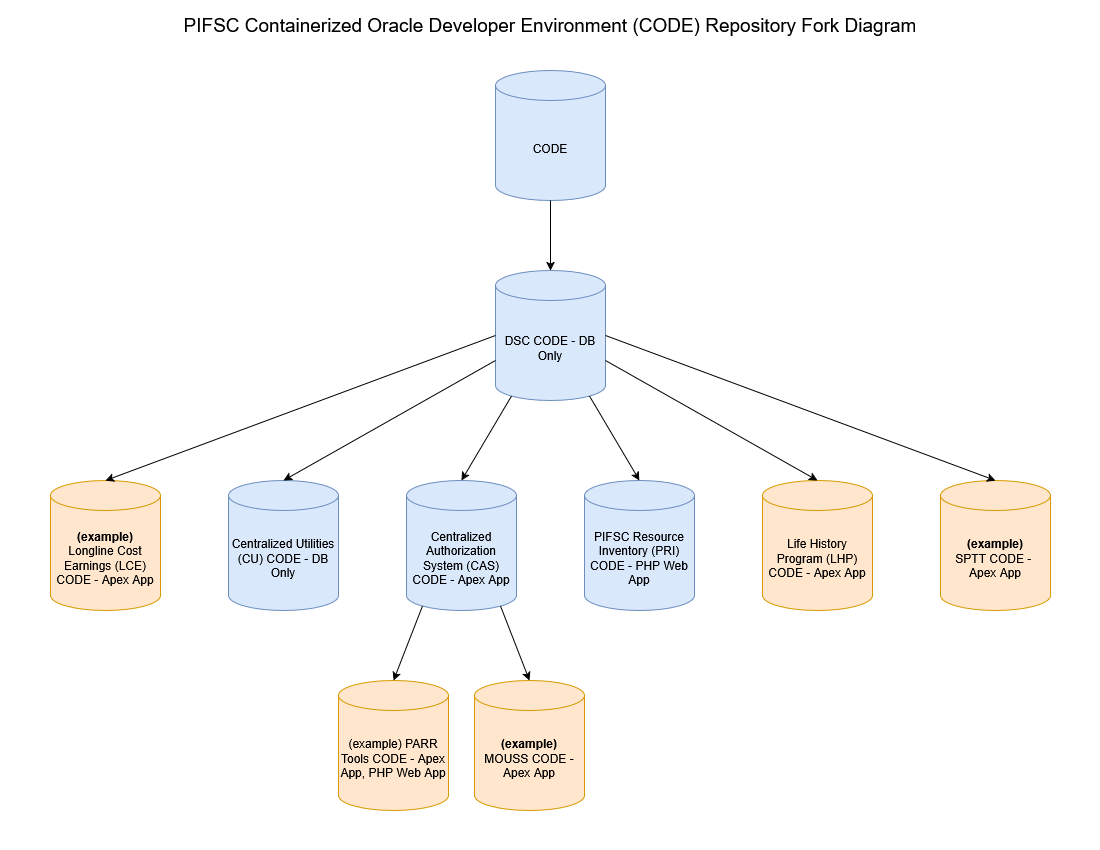
Above: core/docs/diagrams/CODE_fork_diagram.drawio.png in noaa-pifsc/PIFSC-LHP-Containerized-Oracle-Development-Environment (draw.io), before the change. Source tidied: cells renumbered, new cells last; positions are measured from the earlier drawing's top-left corner, leaving out a move shared by most shapes.
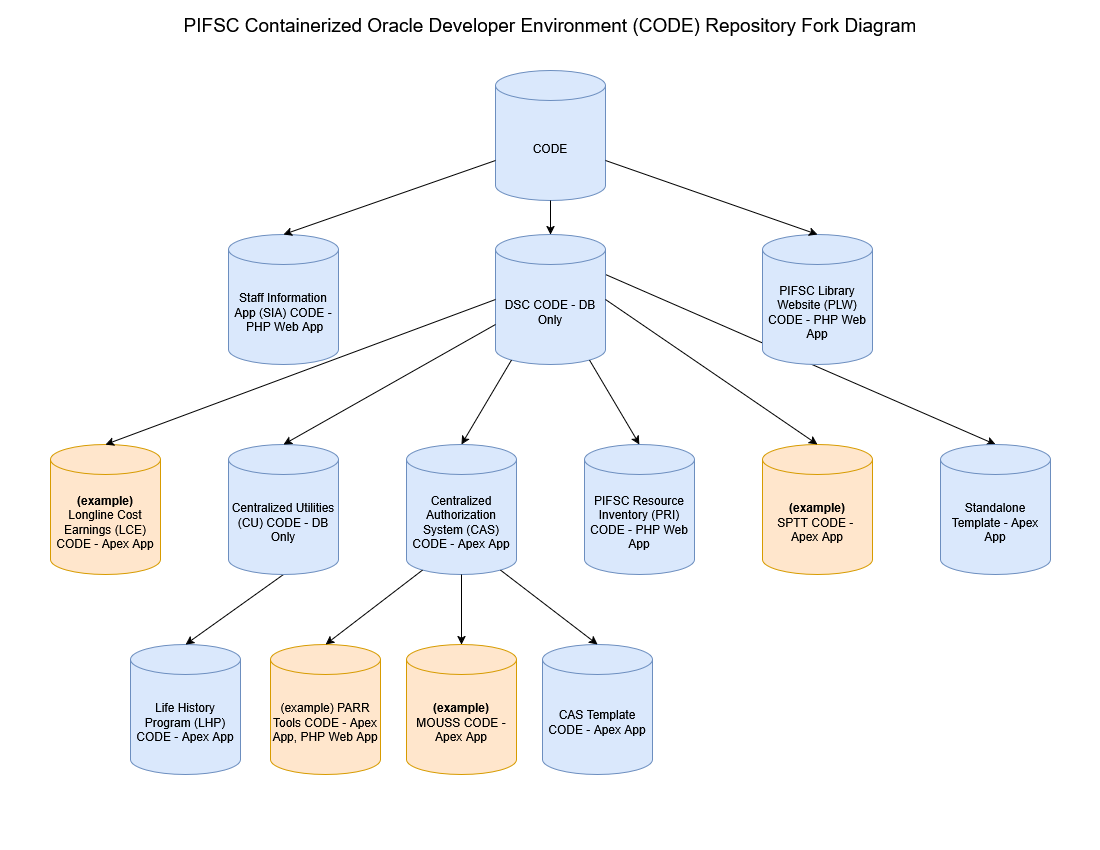
After the change.

Commit message:
CODE documentation updates - consolidated information in "business rules" section and referenced in relevant sections Updated the CODE Fork diagram

The edit, as a diff of the source:
```diff
@@ -2,6 +2,9 @@
   <root>
     <mxCell id="0" />
     <mxCell id="1" parent="0" />
+    <mxCell id="22" style="endArrow=classic;html=1;rounded=0;entryX=0.5;entryY=0;entryDx=0;entryDy=0;entryPerimeter=0;exitX=1;exitY=0;exitDx=0;exitDy=40;exitPerimeter=0;" parent="1" edge="1" source="4" target="29">
+      <mxGeometry relative="1" as="geometry" />
+    </mxCell>
     <mxCell id="2" value="&lt;font style=&quot;font-size: 19px;&quot;&gt;PIFSC Containerized Oracle Developer Environment (CODE) Repository Fork Diagram&lt;/font&gt;" style="text;html=1;align=center;verticalAlign=middle;whiteSpace=wrap;rounded=0;" parent="1" vertex="1">
       <mxGeometry width="1100" height="50" as="geometry" />
     </mxCell>
@@ -9,58 +12,79 @@
       <mxGeometry x="495" y="70" width="110" height="130" as="geometry" />
     </mxCell>
     <mxCell id="4" value="DSC CODE - DB Only" style="shape=cylinder3;whiteSpace=wrap;html=1;boundedLbl=1;backgroundOutline=1;size=15;fillColor=#dae8fc;strokeColor=#6c8ebf;" parent="1" vertex="1">
-      <mxGeometry x="495" y="270" width="110" height="130" as="geometry" />
+      <mxGeometry x="495" y="234" width="110" height="130" as="geometry" />
     </mxCell>
-    <mxCell id="5" value="&lt;div&gt;Life History Program (LHP) CODE - Apex App&lt;/div&gt;" style="shape=cylinder3;whiteSpace=wrap;html=1;boundedLbl=1;backgroundOutline=1;size=15;fillColor=light-dark(#FFE6CC,#1D293B);strokeColor=#d79b00;" parent="1" vertex="1">
-      <mxGeometry x="762" y="480" width="110" height="130" as="geometry" />
+    <mxCell id="5" value="&lt;div&gt;Life History Program (LHP) CODE - Apex App&lt;/div&gt;" style="shape=cylinder3;whiteSpace=wrap;html=1;boundedLbl=1;backgroundOutline=1;size=15;fillColor=light-dark(#DAE8FC,#1D293B);strokeColor=#6C8EBF;" parent="1" vertex="1">
+      <mxGeometry x="130" y="644" width="110" height="130" as="geometry" />
     </mxCell>
     <mxCell id="6" style="endArrow=classic;html=1;rounded=0;exitX=0.5;exitY=1;exitDx=0;exitDy=0;exitPerimeter=0;entryX=0.5;entryY=0;entryDx=0;entryDy=0;entryPerimeter=0;" parent="1" edge="1" source="3" target="4">
       <mxGeometry relative="1" as="geometry" />
     </mxCell>
-    <mxCell id="7" style="endArrow=none;html=1;rounded=0;entryX=1;entryY=0;entryDx=0;entryDy=90;entryPerimeter=0;exitX=0.5;exitY=0;exitDx=0;exitDy=0;exitPerimeter=0;startArrow=classic;startFill=1;endFill=0;" parent="1" edge="1" source="5" target="4">
+    <mxCell id="7" style="endArrow=none;html=1;rounded=0;entryX=0.5;entryY=1;entryDx=0;entryDy=0;entryPerimeter=0;exitX=0.5;exitY=0;exitDx=0;exitDy=0;exitPerimeter=0;startArrow=classic;startFill=1;endFill=0;" parent="1" edge="1" source="5" target="20">
       <mxGeometry relative="1" as="geometry" />
     </mxCell>
     <mxCell id="8" value="Centralized Authorization System (CAS) CODE - Apex App" style="shape=cylinder3;whiteSpace=wrap;html=1;boundedLbl=1;backgroundOutline=1;size=15;fillColor=#dae8fc;strokeColor=#6c8ebf;" parent="1" vertex="1">
-      <mxGeometry x="406" y="480" width="110" height="130" as="geometry" />
+      <mxGeometry x="406" y="444" width="110" height="130" as="geometry" />
     </mxCell>
     <mxCell id="9" style="endArrow=classic;html=1;rounded=0;exitX=0.145;exitY=1;exitDx=0;exitDy=-4.35;exitPerimeter=0;entryX=0.5;entryY=0;entryDx=0;entryDy=0;entryPerimeter=0;" parent="1" edge="1" source="4" target="8">
       <mxGeometry relative="1" as="geometry" />
     </mxCell>
     <mxCell id="10" value="(example) PARR Tools CODE - Apex App, PHP Web App" style="shape=cylinder3;whiteSpace=wrap;html=1;boundedLbl=1;backgroundOutline=1;size=15;fillColor=#ffe6cc;strokeColor=#d79b00;" parent="1" vertex="1">
-      <mxGeometry x="338" y="680" width="110" height="130" as="geometry" />
+      <mxGeometry x="270" y="644" width="110" height="130" as="geometry" />
     </mxCell>
     <mxCell id="11" style="endArrow=classic;html=1;rounded=0;exitX=0.145;exitY=1;exitDx=0;exitDy=-4.35;exitPerimeter=0;entryX=0.5;entryY=0;entryDx=0;entryDy=0;entryPerimeter=0;" parent="1" edge="1" source="8" target="10">
       <mxGeometry relative="1" as="geometry" />
     </mxCell>
     <mxCell id="12" value="&lt;b&gt;(example)&lt;/b&gt;&lt;div&gt;MOUSS CODE - Apex App&lt;/div&gt;" style="shape=cylinder3;whiteSpace=wrap;html=1;boundedLbl=1;backgroundOutline=1;size=15;fillColor=#ffe6cc;strokeColor=#d79b00;" parent="1" vertex="1">
-      <mxGeometry x="474" y="680" width="110" height="130" as="geometry" />
+      <mxGeometry x="406" y="644" width="110" height="130" as="geometry" />
     </mxCell>
-    <mxCell id="13" style="endArrow=classic;html=1;rounded=0;exitX=0.855;exitY=1;exitDx=0;exitDy=-4.35;exitPerimeter=0;entryX=0.5;entryY=0;entryDx=0;entryDy=0;entryPerimeter=0;" parent="1" edge="1" source="8" target="12">
+    <mxCell id="13" style="endArrow=classic;html=1;rounded=0;exitX=0.5;exitY=1;exitDx=0;exitDy=0;exitPerimeter=0;entryX=0.5;entryY=0;entryDx=0;entryDy=0;entryPerimeter=0;" parent="1" edge="1" source="8" target="12">
       <mxGeometry relative="1" as="geometry" />
     </mxCell>
     <mxCell id="14" value="&lt;b&gt;(example)&lt;/b&gt;&lt;div&gt;SPTT CODE -&amp;nbsp;&lt;br&gt;Apex App&lt;/div&gt;" style="shape=cylinder3;whiteSpace=wrap;html=1;boundedLbl=1;backgroundOutline=1;size=15;fillColor=#ffe6cc;strokeColor=#d79b00;" parent="1" vertex="1">
-      <mxGeometry x="940" y="480" width="110" height="130" as="geometry" />
+      <mxGeometry x="762" y="444" width="110" height="130" as="geometry" />
     </mxCell>
     <mxCell id="15" style="endArrow=classic;html=1;rounded=0;exitX=1;exitY=0.5;exitDx=0;exitDy=0;exitPerimeter=0;entryX=0.5;entryY=0;entryDx=0;entryDy=0;entryPerimeter=0;" parent="1" edge="1" source="4" target="14">
       <mxGeometry relative="1" as="geometry" />
     </mxCell>
     <mxCell id="16" value="&lt;b&gt;(example)&lt;/b&gt;&lt;div&gt;Longline Cost Earnings (LCE) CODE - Apex App&lt;/div&gt;" style="shape=cylinder3;whiteSpace=wrap;html=1;boundedLbl=1;backgroundOutline=1;size=15;fillColor=#ffe6cc;strokeColor=#d79b00;" parent="1" vertex="1">
-      <mxGeometry x="50" y="480" width="110" height="130" as="geometry" />
+      <mxGeometry x="50" y="444" width="110" height="130" as="geometry" />
     </mxCell>
     <mxCell id="17" style="endArrow=classic;html=1;rounded=0;exitX=0;exitY=0.5;exitDx=0;exitDy=0;exitPerimeter=0;entryX=0.5;entryY=0;entryDx=0;entryDy=0;entryPerimeter=0;" parent="1" edge="1" source="4" target="16">
       <mxGeometry relative="1" as="geometry" />
     </mxCell>
     <mxCell id="18" value="&lt;div&gt;PIFSC Resource Inventory (PRI) CODE -&amp;nbsp;PHP Web App&lt;/div&gt;" style="shape=cylinder3;whiteSpace=wrap;html=1;boundedLbl=1;backgroundOutline=1;size=15;fillColor=#dae8fc;strokeColor=#6c8ebf;" parent="1" vertex="1">
-      <mxGeometry x="584" y="480" width="110" height="130" as="geometry" />
+      <mxGeometry x="584" y="444" width="110" height="130" as="geometry" />
     </mxCell>
     <mxCell id="19" style="endArrow=classic;html=1;rounded=0;entryX=0.5;entryY=0;entryDx=0;entryDy=0;entryPerimeter=0;exitX=0.855;exitY=1;exitDx=0;exitDy=-4.35;exitPerimeter=0;" parent="1" edge="1" source="4" target="18">
       <mxGeometry relative="1" as="geometry" />
     </mxCell>
     <mxCell id="20" value="&lt;div&gt;Centralized Utilities (CU) CODE - DB Only&lt;/div&gt;" style="shape=cylinder3;whiteSpace=wrap;html=1;boundedLbl=1;backgroundOutline=1;size=15;fillColor=#dae8fc;strokeColor=#6c8ebf;" parent="1" vertex="1">
-      <mxGeometry x="228" y="480" width="110" height="130" as="geometry" />
+      <mxGeometry x="228" y="444" width="110" height="130" as="geometry" />
     </mxCell>
     <mxCell id="21" style="endArrow=classic;html=1;rounded=0;exitX=0;exitY=0;exitDx=0;exitDy=90;exitPerimeter=0;entryX=0.5;entryY=0;entryDx=0;entryDy=0;entryPerimeter=0;" parent="1" edge="1" source="4" target="20">
       <mxGeometry relative="1" as="geometry" />
     </mxCell>
+    <mxCell id="23" value="CAS Template CODE - Apex App" style="shape=cylinder3;whiteSpace=wrap;html=1;boundedLbl=1;backgroundOutline=1;size=15;fillColor=light-dark(#DAE8FC,#1D293B);strokeColor=#6C8EBF;" parent="1" vertex="1">
+      <mxGeometry x="542" y="644" width="110" height="130" as="geometry" />
+    </mxCell>
+    <mxCell id="24" style="endArrow=classic;html=1;rounded=0;exitX=0.855;exitY=1;exitDx=0;exitDy=-4.35;exitPerimeter=0;entryX=0.5;entryY=0;entryDx=0;entryDy=0;entryPerimeter=0;" parent="1" edge="1" source="8" target="23">
+      <mxGeometry relative="1" as="geometry" />
+    </mxCell>
+    <mxCell id="25" value="&lt;div&gt;PIFSC Library Website (PLW) CODE -&amp;nbsp;PHP Web App&lt;/div&gt;" style="shape=cylinder3;whiteSpace=wrap;html=1;boundedLbl=1;backgroundOutline=1;size=15;fillColor=#dae8fc;strokeColor=#6c8ebf;" parent="1" vertex="1">
+      <mxGeometry x="762" y="234" width="110" height="130" as="geometry" />
+    </mxCell>
+    <mxCell id="26" value="&lt;div&gt;Staff Information App (SIA) CODE -&amp;nbsp;PHP Web App&lt;/div&gt;" style="shape=cylinder3;whiteSpace=wrap;html=1;boundedLbl=1;backgroundOutline=1;size=15;fillColor=#dae8fc;strokeColor=#6c8ebf;" parent="1" vertex="1">
+      <mxGeometry x="228" y="234" width="110" height="130" as="geometry" />
+    </mxCell>
+    <mxCell id="27" style="endArrow=classic;html=1;rounded=0;exitX=0;exitY=0;exitDx=0;exitDy=90;exitPerimeter=0;entryX=0.5;entryY=0;entryDx=0;entryDy=0;entryPerimeter=0;" parent="1" edge="1" source="3" target="26">
+      <mxGeometry relative="1" as="geometry" />
+    </mxCell>
+    <mxCell id="28" style="endArrow=classic;html=1;rounded=0;exitX=1;exitY=0;exitDx=0;exitDy=90;exitPerimeter=0;entryX=0.5;entryY=0;entryDx=0;entryDy=0;entryPerimeter=0;fontStyle=1;" parent="1" edge="1" source="3" target="25">
+      <mxGeometry relative="1" as="geometry" />
+    </mxCell>
+    <mxCell id="29" value="Standalone Template - Apex App" style="shape=cylinder3;whiteSpace=wrap;html=1;boundedLbl=1;backgroundOutline=1;size=15;fillColor=light-dark(#DAE8FC,#1D293B);strokeColor=#6C8EBF;" parent="1" vertex="1">
+      <mxGeometry x="940" y="444" width="110" height="130" as="geometry" />
+    </mxCell>
   </root>
 </mxGraphModel>
```
